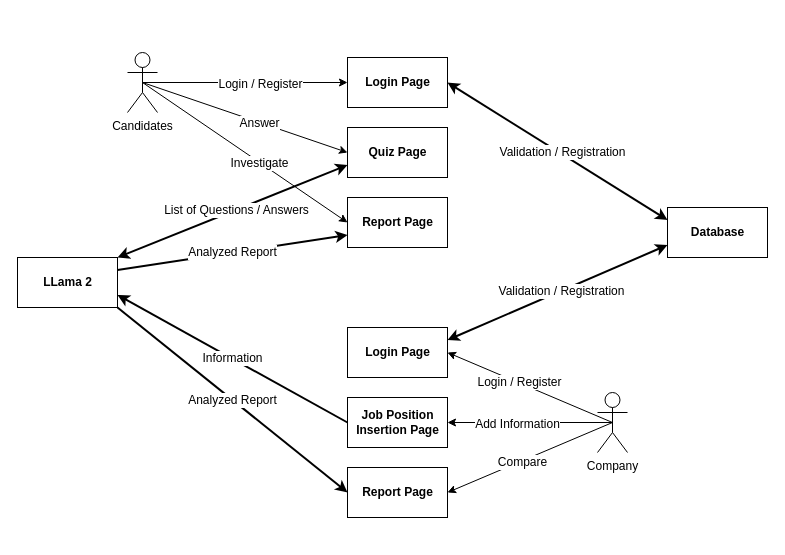
Before: 4.0HD/Diagram.drawio in Yee1955/QuizSmart, a draw.io diagram. Source tidied: cells renumbered, new cells numbered last; positions are measured from the earlier drawing's top-left corner, leaving out a move shared by most shapes. Both pictures are drawn from the tidied source at 100%, with x=0, y=0 at pixel (17, 52).
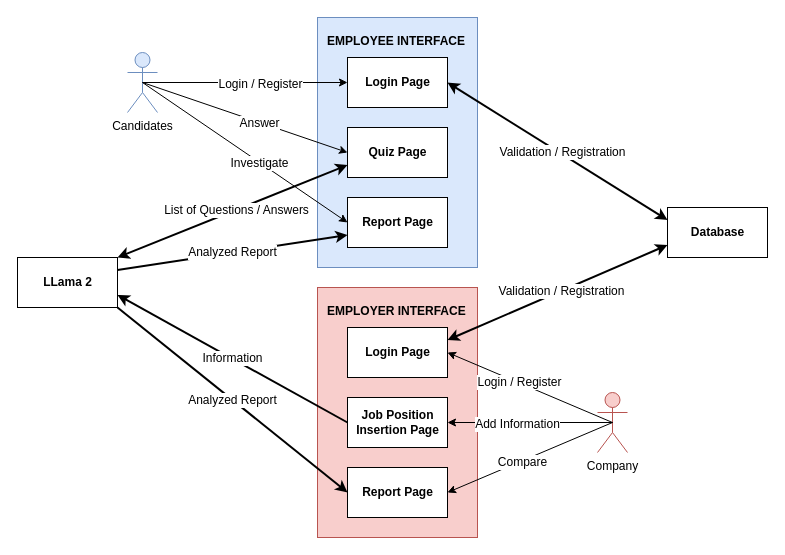
The same page after the edit.

Change to the diagram source:
```diff
@@
+    <mxCell id="34" style="html=1;dashed=0;whitespace=wrap;fillColor=#f8cecc;strokeColor=#b85450;" parent="1" vertex="1">
+      <mxGeometry x="300" y="235" width="160" height="250" as="geometry" />
+    </mxCell>
+    <mxCell id="35" style="html=1;dashed=0;whitespace=wrap;fillColor=#dae8fc;strokeColor=#6c8ebf;" parent="1" vertex="1">
+      <mxGeometry x="300" y="-35" width="160" height="250" as="geometry" />
+    </mxCell>
@@
-    <mxCell id="20" value="Candidates" style="shape=umlActor;verticalLabelPosition=bottom;verticalAlign=top;html=1;fontSize=12;" parent="1" vertex="1">
+    <mxCell id="20" value="Candidates" style="shape=umlActor;verticalLabelPosition=bottom;verticalAlign=top;html=1;fontSize=12;fillColor=#dae8fc;strokeColor=#6c8ebf;" parent="1" vertex="1">
       <mxGeometry x="110" width="30" height="60" as="geometry" />
     </mxCell>
-    <mxCell id="21" value="Company" style="shape=umlActor;verticalLabelPosition=bottom;verticalAlign=top;html=1;fontSize=12;" parent="1" vertex="1">
+    <mxCell id="21" value="Company" style="shape=umlActor;verticalLabelPosition=bottom;verticalAlign=top;html=1;fontSize=12;fillColor=#f8cecc;strokeColor=#b85450;" parent="1" vertex="1">
       <mxGeometry x="580" y="340" width="30" height="60" as="geometry" />
     </mxCell>
@@
+    <mxCell id="36" value="&lt;div style=&quot;text-align: center;&quot;&gt;&lt;span style=&quot;background-color: initial;&quot;&gt;&lt;b&gt;EMPLOYER INTERFACE&lt;/b&gt;&lt;/span&gt;&lt;/div&gt;" style="text;whiteSpace=wrap;html=1;" parent="1" vertex="1">
+      <mxGeometry x="307.5" y="245" width="145" height="40" as="geometry" />
+    </mxCell>
+    <mxCell id="37" value="&lt;div style=&quot;text-align: center;&quot;&gt;&lt;span style=&quot;background-color: initial;&quot;&gt;&lt;b&gt;EMPLOYEE INTERFACE&lt;/b&gt;&lt;/span&gt;&lt;/div&gt;" style="text;whiteSpace=wrap;html=1;" parent="1" vertex="1">
+      <mxGeometry x="307.5" y="-25" width="145" height="40" as="geometry" />
+    </mxCell>
```
